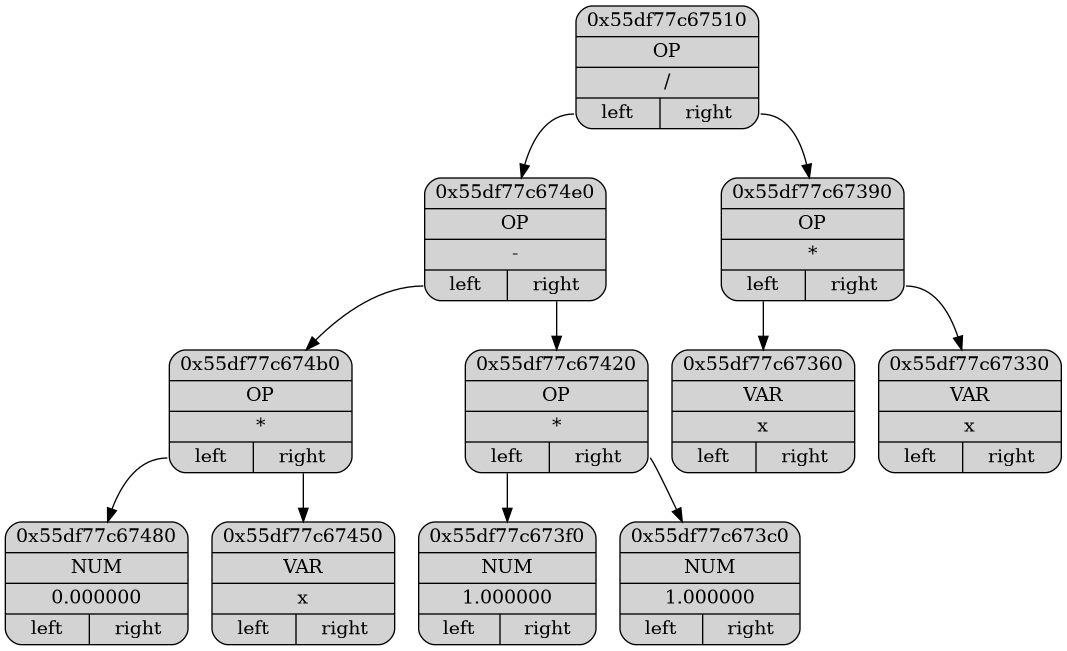
Earlier version of the Graphviz export Dump/dump.png (ashqqy/Differentiation). Its source is kept beside it as Dump/dump.dot.
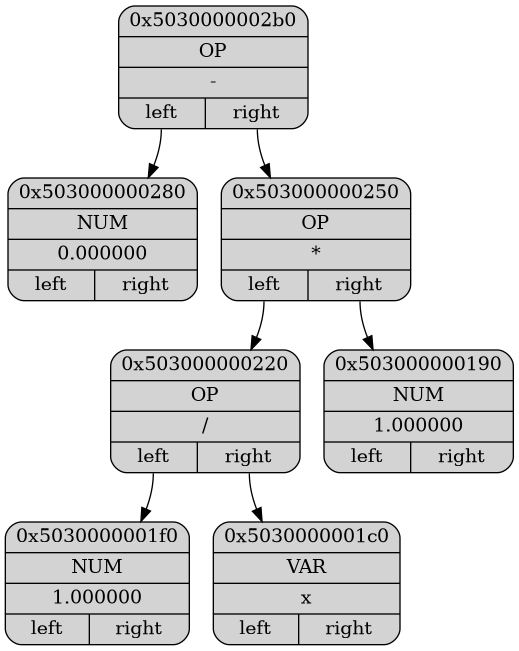
After the change.

Diff of the diagram source:
```diff
@@ -2,26 +2,18 @@
 {
 node[shape="record", style="rounded, filled"];
 
-p0x55df77c67510[label = "{ <ptr> 0x55df77c67510 |<type> OP | <data>/| { <l>left|<r>right } }"];
-p0x55df77c674e0[label = "{ <ptr> 0x55df77c674e0 |<type> OP | <data>-| { <l>left|<r>right } }"];
-p0x55df77c674b0[label = "{ <ptr> 0x55df77c674b0 |<type> OP | <data>*| { <l>left|<r>right } }"];
-p0x55df77c67480[label = "{ <ptr> 0x55df77c67480 |<type> NUM | <data>0.000000| { <l>left|<r>right } }"];
-p0x55df77c67450[label = "{ <ptr> 0x55df77c67450 |<type> VAR | <data>x| { <l>left|<r>right } }"];
-p0x55df77c67420[label = "{ <ptr> 0x55df77c67420 |<type> OP | <data>*| { <l>left|<r>right } }"];
-p0x55df77c673f0[label = "{ <ptr> 0x55df77c673f0 |<type> NUM | <data>1.000000| { <l>left|<r>right } }"];
-p0x55df77c673c0[label = "{ <ptr> 0x55df77c673c0 |<type> NUM | <data>1.000000| { <l>left|<r>right } }"];
-p0x55df77c67390[label = "{ <ptr> 0x55df77c67390 |<type> OP | <data>*| { <l>left|<r>right } }"];
-p0x55df77c67360[label = "{ <ptr> 0x55df77c67360 |<type> VAR | <data>x| { <l>left|<r>right } }"];
-p0x55df77c67330[label = "{ <ptr> 0x55df77c67330 |<type> VAR | <data>x| { <l>left|<r>right } }"];
+p0x5030000002b0[label = "{ <ptr> 0x5030000002b0 |<type> OP | <data>-| { <l>left|<r>right } }"];
+p0x503000000280[label = "{ <ptr> 0x503000000280 |<type> NUM | <data>0.000000| { <l>left|<r>right } }"];
+p0x503000000250[label = "{ <ptr> 0x503000000250 |<type> OP | <data>*| { <l>left|<r>right } }"];
+p0x503000000220[label = "{ <ptr> 0x503000000220 |<type> OP | <data>/| { <l>left|<r>right } }"];
+p0x5030000001f0[label = "{ <ptr> 0x5030000001f0 |<type> NUM | <data>1.000000| { <l>left|<r>right } }"];
+p0x5030000001c0[label = "{ <ptr> 0x5030000001c0 |<type> VAR | <data>x| { <l>left|<r>right } }"];
+p0x503000000190[label = "{ <ptr> 0x503000000190 |<type> NUM | <data>1.000000| { <l>left|<r>right } }"];
 
-p0x55df77c67510:<l> -> p0x55df77c674e0
-p0x55df77c674e0:<l> -> p0x55df77c674b0
-p0x55df77c674b0:<l> -> p0x55df77c67480
-p0x55df77c674b0:<r> -> p0x55df77c67450
-p0x55df77c674e0:<r> -> p0x55df77c67420
-p0x55df77c67420:<l> -> p0x55df77c673f0
-p0x55df77c67420:<r> -> p0x55df77c673c0
-p0x55df77c67510:<r> -> p0x55df77c67390
-p0x55df77c67390:<l> -> p0x55df77c67360
-p0x55df77c67390:<r> -> p0x55df77c67330
+p0x5030000002b0:<l> -> p0x503000000280
+p0x5030000002b0:<r> -> p0x503000000250
+p0x503000000250:<l> -> p0x503000000220
+p0x503000000220:<l> -> p0x5030000001f0
+p0x503000000220:<r> -> p0x5030000001c0
+p0x503000000250:<r> -> p0x503000000190
 }
```
